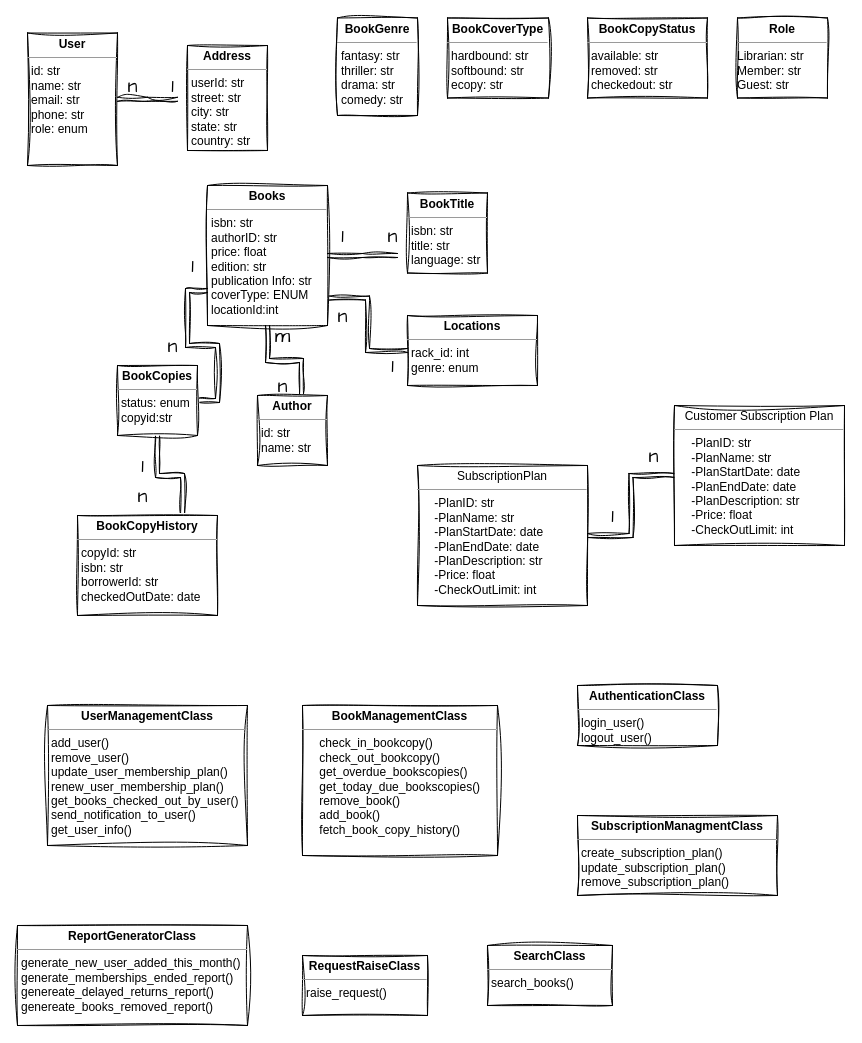
gap6033/Library-Management-System keeps this draw.io diagram as library_management_system_lld_diagram.drawio. Above is the earlier version. Source tidied: cells renumbered, new cells numbered last; positions are measured from the earlier drawing's top-left corner, leaving out a move shared by most shapes. Both pictures are drawn from the tidied source at 100%, with x=0, y=0 at pixel (17, 17).
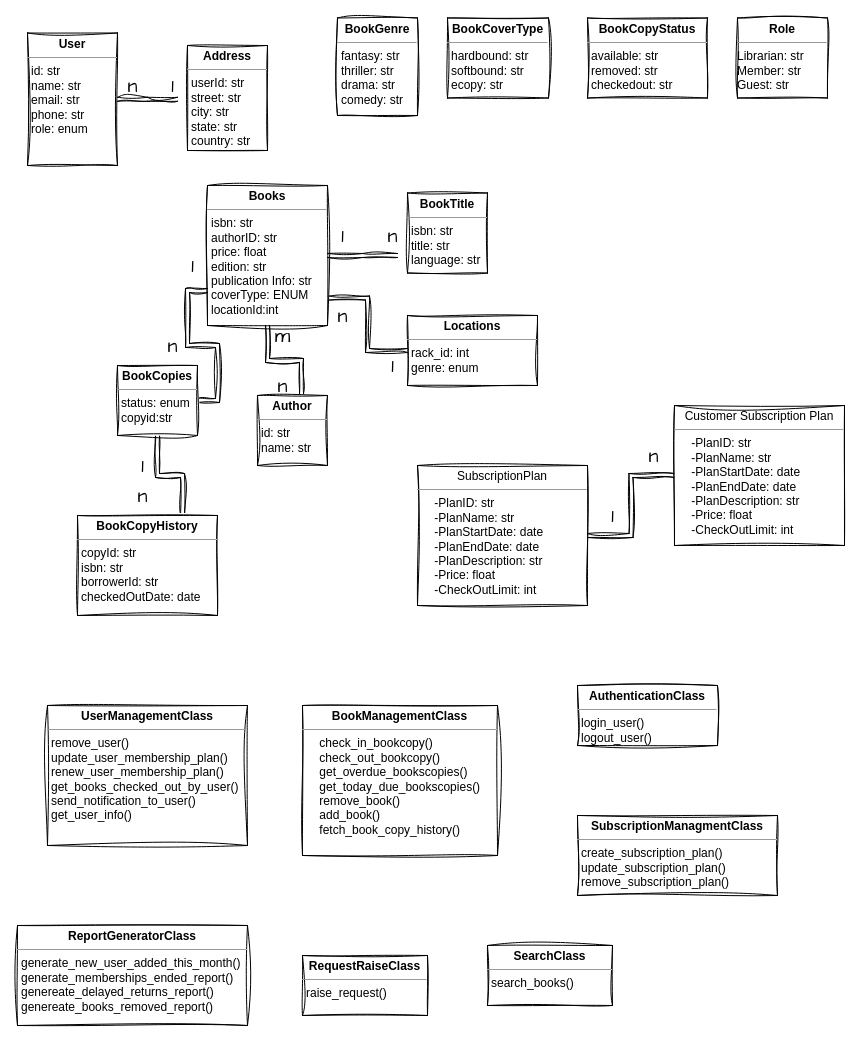
Above is the later version.

Commit message:
moved register_user() from user management to authentication class

The edit, as a diff of the source:
```diff
@@
-    <mxCell id="37" value="&lt;p style=&quot;margin:0px;margin-top:4px;text-align:center;&quot;&gt;&lt;b&gt;UserManagementClass&lt;/b&gt;&lt;/p&gt;&lt;hr size=&quot;1&quot;&gt;&lt;p style=&quot;margin:0px;margin-left:4px;&quot;&gt;add_user()&lt;/p&gt;&lt;p style=&quot;margin:0px;margin-left:4px;&quot;&gt;remove_user()&lt;/p&gt;&lt;p style=&quot;margin:0px;margin-left:4px;&quot;&gt;update_user_membership_plan()&lt;/p&gt;&lt;p style=&quot;margin:0px;margin-left:4px;&quot;&gt;renew_user_membership_plan()&lt;/p&gt;&lt;p style=&quot;margin:0px;margin-left:4px;&quot;&gt;get_books_checked_out_by_user()&lt;/p&gt;&lt;p style=&quot;margin:0px;margin-left:4px;&quot;&gt;send_notification_to_user()&lt;/p&gt;&lt;p style=&quot;margin:0px;margin-left:4px;&quot;&gt;get_user_info()&lt;/p&gt;" style="verticalAlign=top;align=left;overflow=fill;fontSize=12;fontFamily=Helvetica;html=1;whiteSpace=wrap;sketch=1;hachureGap=4;jiggle=2;curveFitting=1;" parent="1" vertex="1">
+    <mxCell id="37" value="&lt;p style=&quot;margin:0px;margin-top:4px;text-align:center;&quot;&gt;&lt;b&gt;UserManagementClass&lt;/b&gt;&lt;/p&gt;&lt;hr size=&quot;1&quot;&gt;&lt;p style=&quot;margin:0px;margin-left:4px;&quot;&gt;&lt;span style=&quot;background-color: initial;&quot;&gt;remove_user()&lt;/span&gt;&lt;br&gt;&lt;/p&gt;&lt;p style=&quot;margin:0px;margin-left:4px;&quot;&gt;update_user_membership_plan()&lt;/p&gt;&lt;p style=&quot;margin:0px;margin-left:4px;&quot;&gt;renew_user_membership_plan()&lt;/p&gt;&lt;p style=&quot;margin:0px;margin-left:4px;&quot;&gt;get_books_checked_out_by_user()&lt;/p&gt;&lt;p style=&quot;margin:0px;margin-left:4px;&quot;&gt;send_notification_to_user()&lt;/p&gt;&lt;p style=&quot;margin:0px;margin-left:4px;&quot;&gt;get_user_info()&lt;/p&gt;" style="verticalAlign=top;align=left;overflow=fill;fontSize=12;fontFamily=Helvetica;html=1;whiteSpace=wrap;sketch=1;hachureGap=4;jiggle=2;curveFitting=1;" parent="1" vertex="1">
       <mxGeometry x="30" y="688" width="200" height="140" as="geometry" />
     </mxCell>
```
